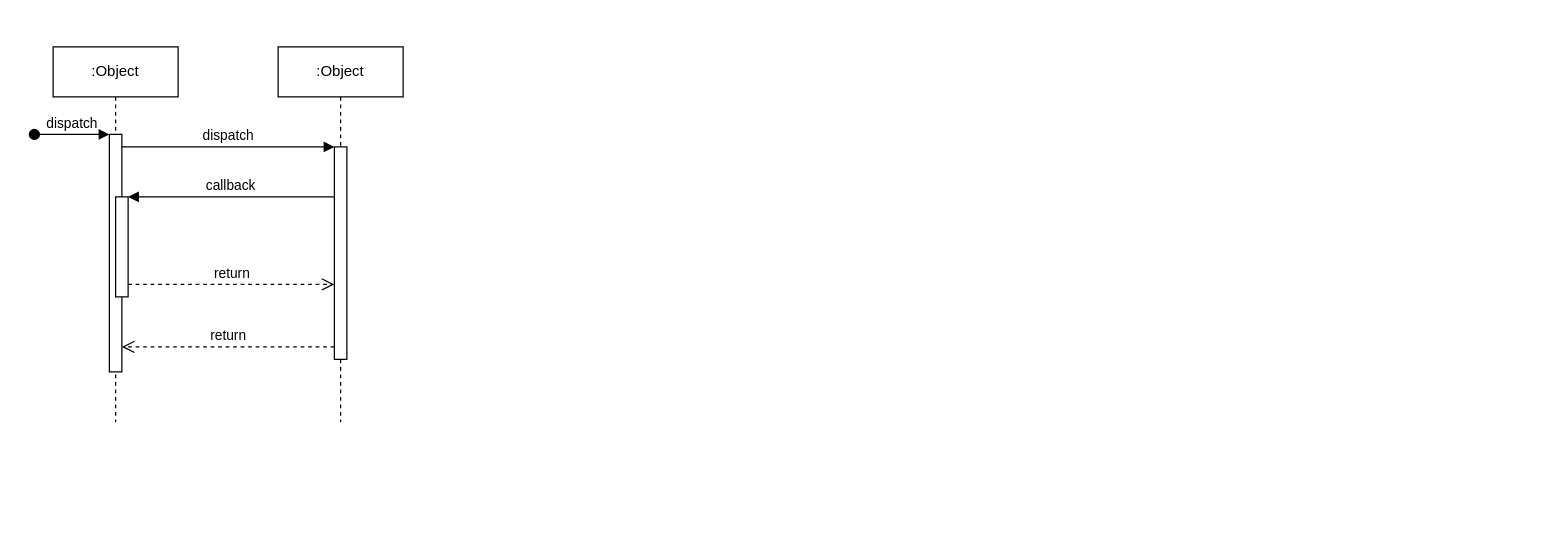
Above: Diagram Tanpa Judul.drawio in anthef/anthef (draw.io), before the change. Source tidied: cells renumbered, new cells numbered last; positions are measured from the earlier drawing's top-left corner, leaving out a move shared by most shapes. Both pictures are drawn from the tidied source at 125%, with x=0, y=0 at pixel (34, 46).
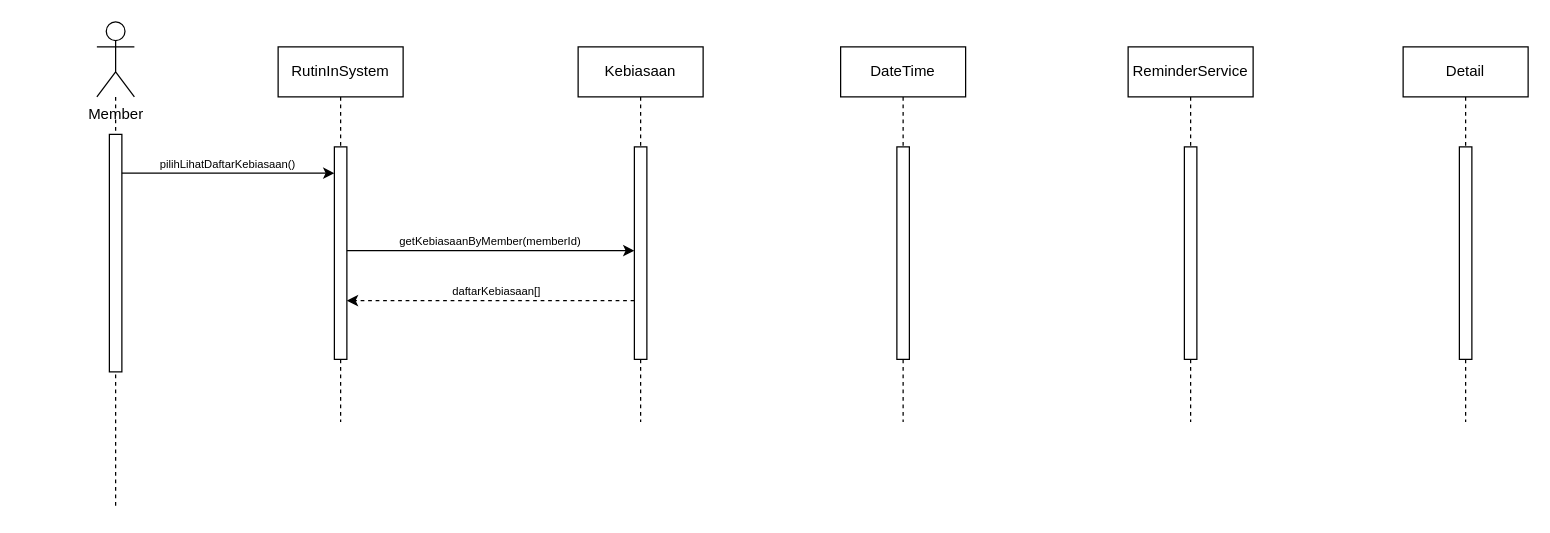
The same diagram, later.

The change refers to these unchanged cells:
```xml
<mxCell id="7" style="html=1;points=[];perimeter=orthogonalPerimeter;outlineConnect=0;targetShapes=umlLifeline;portConstraint=eastwest;newEdgeStyle={&quot;edgeStyle&quot;:&quot;elbowEdgeStyle&quot;,&quot;elbow&quot;:&quot;vertical&quot;,&quot;curved&quot;:0,&quot;rounded&quot;:0};" parent="6" vertex="1">
  <mxGeometry x="45" y="80" width="10" height="170" as="geometry" />
</mxCell>
```

What changed in the source:
```diff
@@
-    <mxCell id="2" value=":Object" style="shape=umlLifeline;perimeter=lifelinePerimeter;whiteSpace=wrap;html=1;newEdgeStyle={&quot;edgeStyle&quot;:&quot;elbowEdgeStyle&quot;,&quot;elbow&quot;:&quot;vertical&quot;,&quot;curved&quot;:0,&quot;rounded&quot;:0};" parent="1" vertex="1">
-      <mxGeometry x="15" width="100" height="300" as="geometry" />
-    </mxCell>
-    <mxCell id="3" style="html=1;points=[];perimeter=orthogonalPerimeter;outlineConnect=0;targetShapes=umlLifeline;portConstraint=eastwest;newEdgeStyle={&quot;edgeStyle&quot;:&quot;elbowEdgeStyle&quot;,&quot;elbow&quot;:&quot;vertical&quot;,&quot;curved&quot;:0,&quot;rounded&quot;:0};" parent="2" vertex="1">
-      <mxGeometry x="45" y="70" width="10" height="190" as="geometry" />
-    </mxCell>
-    <mxCell id="4" value="dispatch" style="html=1;verticalAlign=bottom;startArrow=oval;endArrow=block;startSize=8;edgeStyle=elbowEdgeStyle;elbow=vertical;curved=0;rounded=0;" parent="2" edge="1" target="3">
-      <mxGeometry relative="1" as="geometry">
-        <mxPoint x="-15" y="70" as="sourcePoint" />
-      </mxGeometry>
-    </mxCell>
-    <mxCell id="5" style="html=1;points=[];perimeter=orthogonalPerimeter;outlineConnect=0;targetShapes=umlLifeline;portConstraint=eastwest;newEdgeStyle={&quot;edgeStyle&quot;:&quot;elbowEdgeStyle&quot;,&quot;elbow&quot;:&quot;vertical&quot;,&quot;curved&quot;:0,&quot;rounded&quot;:0};" parent="2" vertex="1">
-      <mxGeometry x="50" y="120" width="10" height="80" as="geometry" />
-    </mxCell>
+    <mxCell id="12" style="edgeStyle=orthogonalEdgeStyle;rounded=0;jettySize=auto;html=1;dashed=1;endArrow=none;endFill=0;" parent="1" edge="1" source="13">
+      <mxGeometry relative="1" as="geometry">
+        <mxPoint x="65" y="370" as="targetPoint" />
+      </mxGeometry>
+    </mxCell>
-    <mxCell id="6" value=":Object" style="shape=umlLifeline;perimeter=lifelinePerimeter;whiteSpace=wrap;html=1;newEdgeStyle={&quot;edgeStyle&quot;:&quot;elbowEdgeStyle&quot;,&quot;elbow&quot;:&quot;vertical&quot;,&quot;curved&quot;:0,&quot;rounded&quot;:0};" parent="1" vertex="1">
+    <mxCell id="6" value="RutinInSystem" style="shape=umlLifeline;perimeter=lifelinePerimeter;whiteSpace=wrap;html=1;newEdgeStyle={&quot;edgeStyle&quot;:&quot;elbowEdgeStyle&quot;,&quot;elbow&quot;:&quot;vertical&quot;,&quot;curved&quot;:0,&quot;rounded&quot;:0};" parent="1" vertex="1">
       <mxGeometry x="195" width="100" height="300" as="geometry" />
     </mxCell>
@@
-    <mxCell id="8" value="dispatch" style="html=1;verticalAlign=bottom;endArrow=block;edgeStyle=elbowEdgeStyle;elbow=vertical;curved=0;rounded=0;" parent="1" edge="1" source="3" target="7">
-      <mxGeometry relative="1" as="geometry">
-        <Array as="points">
-          <mxPoint x="155" y="80" />
-        </Array>
-      </mxGeometry>
-    </mxCell>
-    <mxCell id="9" value="return" style="html=1;verticalAlign=bottom;endArrow=open;dashed=1;endSize=8;edgeStyle=elbowEdgeStyle;elbow=vertical;curved=0;rounded=0;" parent="1" edge="1" source="7" target="3">
-      <mxGeometry relative="1" as="geometry">
-        <Array as="points">
-          <mxPoint x="165" y="240" />
-        </Array>
-      </mxGeometry>
-    </mxCell>
-    <mxCell id="10" value="callback" style="html=1;verticalAlign=bottom;endArrow=block;edgeStyle=elbowEdgeStyle;elbow=vertical;curved=0;rounded=0;" parent="1" edge="1" source="7" target="5">
-      <mxGeometry relative="1" as="geometry">
-        <Array as="points">
-          <mxPoint x="165" y="120" />
-        </Array>
-      </mxGeometry>
-    </mxCell>
-    <mxCell id="11" value="return" style="html=1;verticalAlign=bottom;endArrow=open;dashed=1;endSize=8;edgeStyle=elbowEdgeStyle;elbow=vertical;curved=0;rounded=0;" parent="1" edge="1" source="5" target="7">
-      <mxGeometry relative="1" as="geometry">
-        <Array as="points">
-          <mxPoint x="155" y="190" />
-        </Array>
-      </mxGeometry>
-    </mxCell>
+    <mxCell id="3" style="html=1;points=[];perimeter=orthogonalPerimeter;outlineConnect=0;targetShapes=umlLifeline;portConstraint=eastwest;newEdgeStyle={&quot;edgeStyle&quot;:&quot;elbowEdgeStyle&quot;,&quot;elbow&quot;:&quot;vertical&quot;,&quot;curved&quot;:0,&quot;rounded&quot;:0};" parent="1" vertex="1">
+      <mxGeometry x="60" y="70" width="10" height="190" as="geometry" />
+    </mxCell>
+    <mxCell id="13" value="Member" style="shape=umlActor;verticalLabelPosition=bottom;verticalAlign=top;html=1;outlineConnect=0;" parent="1" vertex="1">
+      <mxGeometry x="50" y="-20" width="30" height="60" as="geometry" />
+    </mxCell>
+    <mxCell id="14" value="Kebiasaan" style="shape=umlLifeline;perimeter=lifelinePerimeter;whiteSpace=wrap;html=1;newEdgeStyle={&quot;edgeStyle&quot;:&quot;elbowEdgeStyle&quot;,&quot;elbow&quot;:&quot;vertical&quot;,&quot;curved&quot;:0,&quot;rounded&quot;:0};" parent="1" vertex="1">
+      <mxGeometry x="435" width="100" height="300" as="geometry" />
+    </mxCell>
+    <mxCell id="15" style="html=1;perimeter=orthogonalPerimeter;targetShapes=umlLifeline;newEdgeStyle={&quot;edgeStyle&quot;:&quot;elbowEdgeStyle&quot;,&quot;elbow&quot;:&quot;vertical&quot;,&quot;curved&quot;:0,&quot;rounded&quot;:0};" parent="14" vertex="1">
+      <mxGeometry x="45" y="80" width="10" height="170" as="geometry" />
+    </mxCell>
+    <mxCell id="16" value="DateTime" style="shape=umlLifeline;perimeter=lifelinePerimeter;whiteSpace=wrap;html=1;newEdgeStyle={&quot;edgeStyle&quot;:&quot;elbowEdgeStyle&quot;,&quot;elbow&quot;:&quot;vertical&quot;,&quot;curved&quot;:0,&quot;rounded&quot;:0};" parent="1" vertex="1">
+      <mxGeometry x="645" width="100" height="300" as="geometry" />
+    </mxCell>
+    <mxCell id="17" style="html=1;perimeter=orthogonalPerimeter;targetShapes=umlLifeline;newEdgeStyle={&quot;edgeStyle&quot;:&quot;elbowEdgeStyle&quot;,&quot;elbow&quot;:&quot;vertical&quot;,&quot;curved&quot;:0,&quot;rounded&quot;:0};" parent="16" vertex="1">
+      <mxGeometry x="45" y="80" width="10" height="170" as="geometry" />
+    </mxCell>
+    <mxCell id="18" value="ReminderService" style="shape=umlLifeline;perimeter=lifelinePerimeter;whiteSpace=wrap;html=1;newEdgeStyle={&quot;edgeStyle&quot;:&quot;elbowEdgeStyle&quot;,&quot;elbow&quot;:&quot;vertical&quot;,&quot;curved&quot;:0,&quot;rounded&quot;:0};" parent="1" vertex="1">
+      <mxGeometry x="875" width="100" height="300" as="geometry" />
+    </mxCell>
+    <mxCell id="19" style="html=1;perimeter=orthogonalPerimeter;targetShapes=umlLifeline;newEdgeStyle={&quot;edgeStyle&quot;:&quot;elbowEdgeStyle&quot;,&quot;elbow&quot;:&quot;vertical&quot;,&quot;curved&quot;:0,&quot;rounded&quot;:0};" parent="18" vertex="1">
+      <mxGeometry x="45" y="80" width="10" height="170" as="geometry" />
+    </mxCell>
+    <mxCell id="20" value="Detail" style="shape=umlLifeline;perimeter=lifelinePerimeter;whiteSpace=wrap;html=1;newEdgeStyle={&quot;edgeStyle&quot;:&quot;elbowEdgeStyle&quot;,&quot;elbow&quot;:&quot;vertical&quot;,&quot;curved&quot;:0,&quot;rounded&quot;:0};" parent="1" vertex="1">
+      <mxGeometry x="1095" width="100" height="300" as="geometry" />
+    </mxCell>
+    <mxCell id="21" style="html=1;perimeter=orthogonalPerimeter;targetShapes=umlLifeline;newEdgeStyle={&quot;edgeStyle&quot;:&quot;elbowEdgeStyle&quot;,&quot;elbow&quot;:&quot;vertical&quot;,&quot;curved&quot;:0,&quot;rounded&quot;:0};" parent="20" vertex="1">
+      <mxGeometry x="45" y="80" width="10" height="170" as="geometry" />
+    </mxCell>
+    <mxCell id="22" style="endArrow=classic;startArrow=none;html=1;rounded=0;startFill=0;" parent="1" edge="1">
+      <mxGeometry relative="1" as="geometry">
+        <mxPoint x="70" y="101" as="sourcePoint" />
+        <mxPoint x="240" y="101" as="targetPoint" />
+      </mxGeometry>
+    </mxCell>
+    <mxCell id="23" value="&lt;font style=&quot;font-size: 9px;&quot;&gt;pilihLihatDaftarKebiasaan()&lt;/font&gt;" style="text;html=1;whiteSpace=wrap;strokeColor=none;fillColor=none;align=center;verticalAlign=middle;rounded=0;" parent="1" vertex="1">
+      <mxGeometry x="125" y="78" width="60" height="30" as="geometry" />
+    </mxCell>
+    <mxCell id="24" style="endArrow=classic;startArrow=none;html=1;rounded=0;startFill=0;" parent="1" edge="1">
+      <mxGeometry relative="1" as="geometry">
+        <mxPoint x="250" y="163" as="sourcePoint" />
+        <mxPoint x="480" y="163" as="targetPoint" />
+      </mxGeometry>
+    </mxCell>
+    <mxCell id="25" value="&lt;font style=&quot;font-size: 9px;&quot;&gt;getKebiasaanByMember(memberId)&lt;/font&gt;" style="text;html=1;whiteSpace=wrap;strokeColor=none;fillColor=none;align=center;verticalAlign=middle;rounded=0;" parent="1" vertex="1">
+      <mxGeometry x="335" y="140" width="60" height="30" as="geometry" />
+    </mxCell>
+    <mxCell id="26" style="endArrow=classic;startArrow=none;html=1;rounded=0;startFill=0;dashed=1;" parent="1" edge="1">
+      <mxGeometry relative="1" as="geometry">
+        <mxPoint x="480" y="203" as="sourcePoint" />
+        <mxPoint x="250" y="203" as="targetPoint" />
+      </mxGeometry>
+    </mxCell>
+    <mxCell id="27" value="&lt;font style=&quot;font-size: 9px;&quot;&gt;daftarKebiasaan[]&lt;/font&gt;" style="text;html=1;whiteSpace=wrap;strokeColor=none;fillColor=none;align=center;verticalAlign=middle;rounded=0;" parent="1" vertex="1">
+      <mxGeometry x="340" y="180" width="60" height="30" as="geometry" />
+    </mxCell>
```
